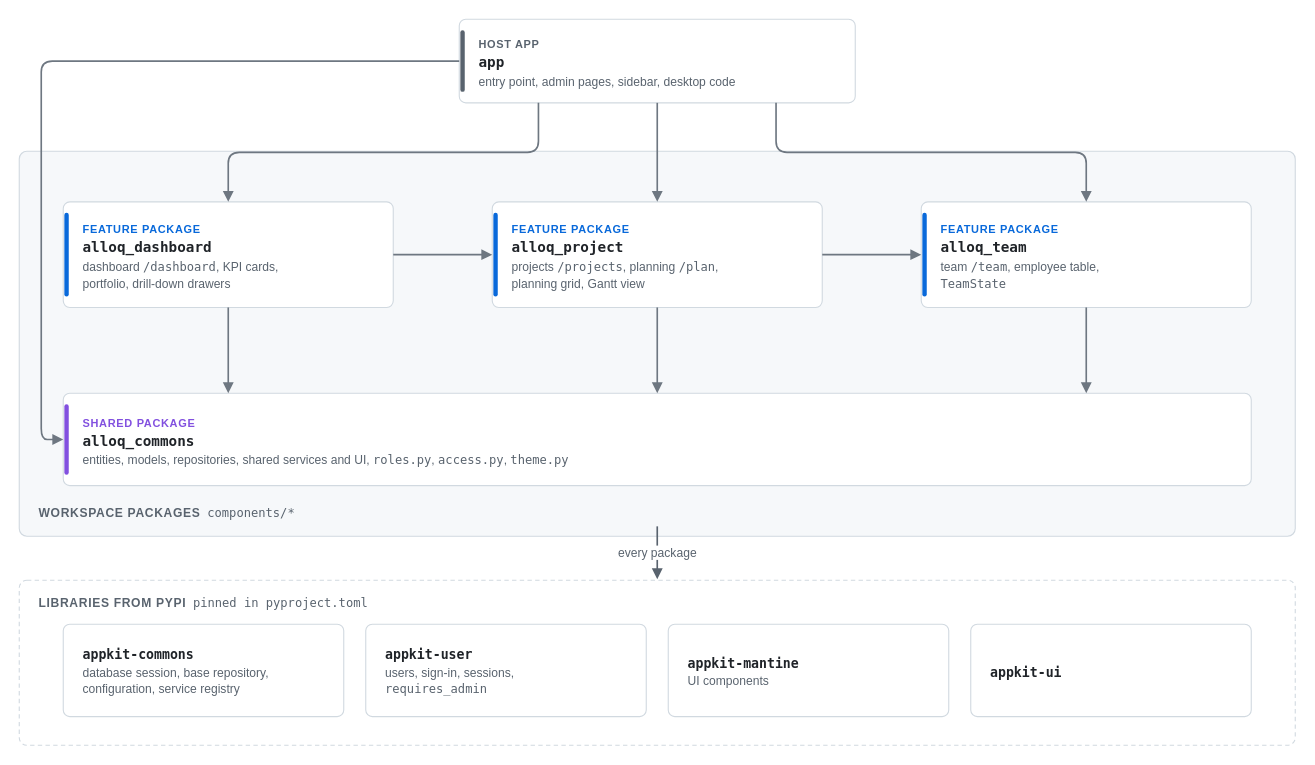
jenreh/alloq keeps this draw.io diagram as docs/diagrams/package-split.drawio. Above is the earlier version. Source tidied: cells renumbered, new cells numbered last; positions are measured from the earlier drawing's top-left corner, leaving out a move shared by most shapes. Both pictures are drawn from the tidied source at 110%, with x=0, y=0 at pixel (19, 19).
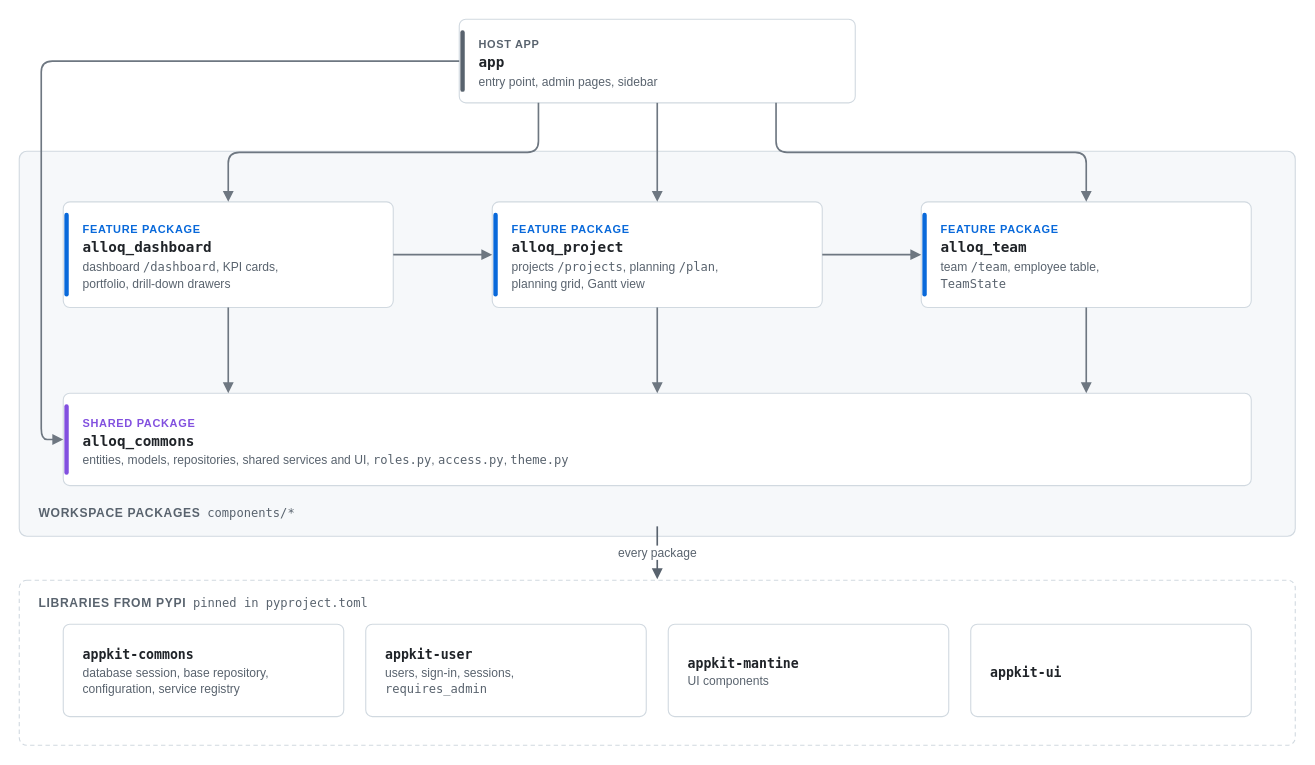
The same page after the edit.

What changed in the source:
```diff
@@
-    <mxCell id="2" value="&lt;span style=&quot;font-size:10px;font-weight:bold;letter-spacing:0.6px;color:#59636e&quot;&gt;HOST APP&lt;/span&gt;&lt;br&gt;&lt;span style=&quot;font-family:Menlo, SFMono-Regular, Consolas, monospace;font-size:13px&quot;&gt;&lt;b&gt;app&lt;/b&gt;&lt;/span&gt;&lt;br&gt;&lt;span style=&quot;font-size:11px;color:#59636e&quot;&gt;entry point, admin pages, sidebar, desktop code&lt;/span&gt;" style="rounded=1;absoluteArcSize=1;arcSize=12;whiteSpace=wrap;html=1;fillColor=#ffffff;strokeColor=#d1d9e0;strokeWidth=1;fontColor=#1f2328;fontSize=14;align=left;verticalAlign=middle;spacingLeft=16;spacingRight=10;spacingTop=2;" parent="1" vertex="1">
+    <mxCell id="2" value="&lt;span style=&quot;font-size:10px;font-weight:bold;letter-spacing:0.6px;color:#59636e&quot;&gt;HOST APP&lt;/span&gt;&lt;br&gt;&lt;span style=&quot;font-family:Menlo, SFMono-Regular, Consolas, monospace;font-size:13px&quot;&gt;&lt;b&gt;app&lt;/b&gt;&lt;/span&gt;&lt;br&gt;&lt;span style=&quot;font-size:11px;color:#59636e&quot;&gt;entry point, admin pages, sidebar&lt;/span&gt;" style="rounded=1;absoluteArcSize=1;arcSize=12;whiteSpace=wrap;html=1;fillColor=#ffffff;strokeColor=#d1d9e0;strokeWidth=1;fontColor=#1f2328;fontSize=14;align=left;verticalAlign=middle;spacingLeft=16;spacingRight=10;spacingTop=2;" parent="1" vertex="1">
       <mxGeometry x="400" width="360" height="76" as="geometry" />
     </mxCell>
```
